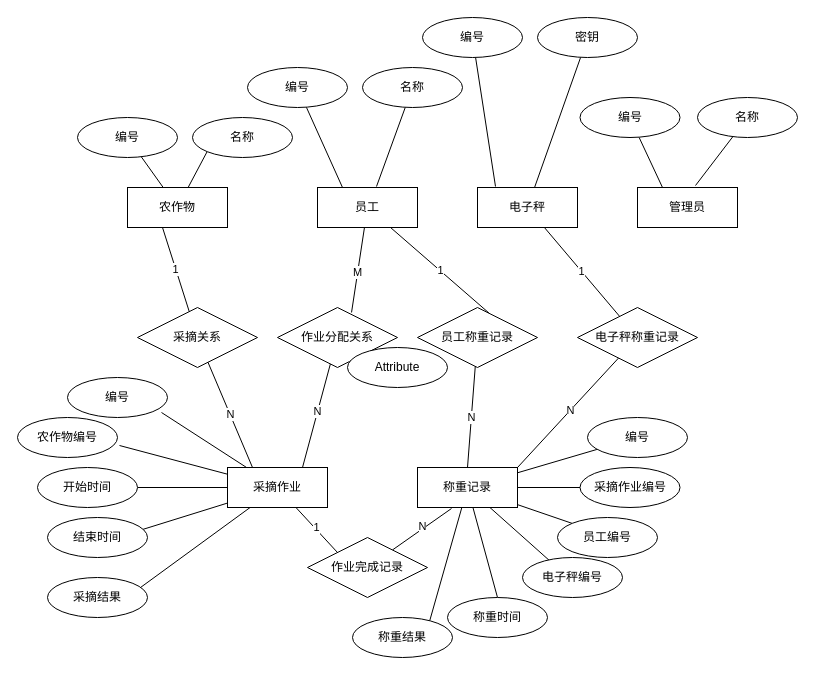
Earlier version of the draw.io diagram design/数据库设计-ER.dio (akynazh/aws). Source tidied: cells renumbered, new cells numbered last; positions are measured from the earlier drawing's top-left corner, leaving out a move shared by most shapes. Both pictures are drawn from the tidied source at 100%, with x=0, y=0 at pixel (17, 17).
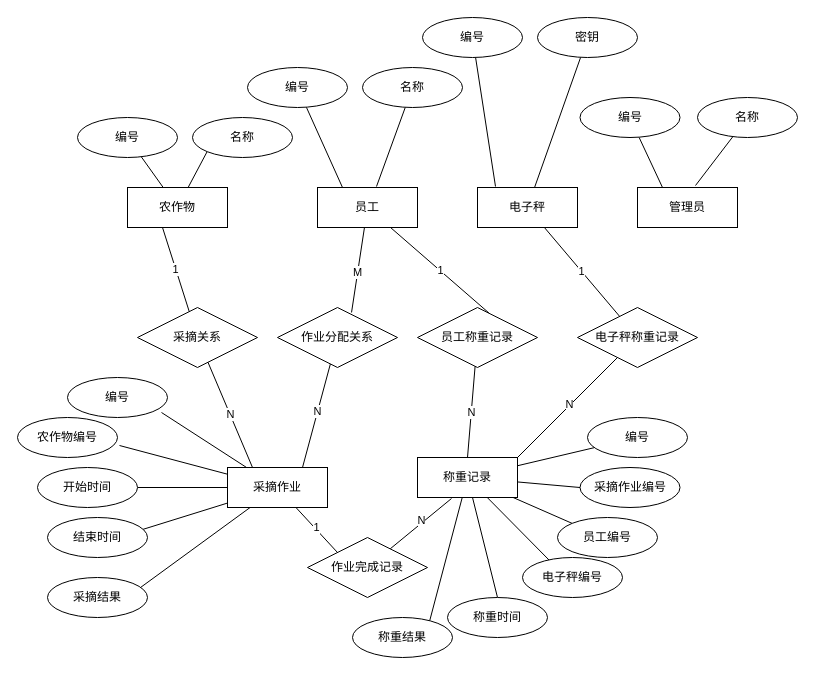
After the change.

Diff of the diagram source:
```diff
@@
     <mxCell id="31" value="称重记录" style="whiteSpace=wrap;html=1;align=center;" parent="1" vertex="1">
-      <mxGeometry x="400" y="450" width="100" height="40" as="geometry" />
+      <mxGeometry x="400" y="440" width="100" height="40" as="geometry" />
     </mxCell>
@@
-    <mxCell id="58" value="Attribute" style="ellipse;whiteSpace=wrap;html=1;align=center;" parent="1" vertex="1">
-      <mxGeometry x="330" y="330" width="100" height="40" as="geometry" />
-    </mxCell>
```
